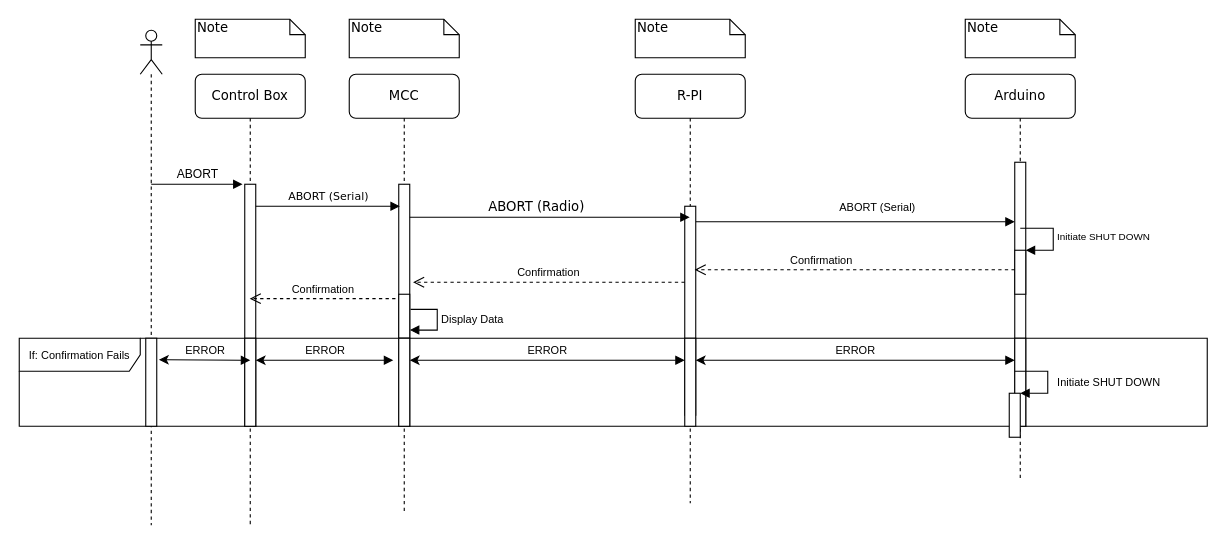
UVicRocketry/Hybrid-Controls-System keeps this draw.io diagram as source/images/ABORT_sequence.drawio. Above is the earlier version. Source tidied: cells renumbered, new cells numbered last; positions are measured from the earlier drawing's top-left corner, leaving out a move shared by most shapes. Both pictures are drawn from the tidied source at 110%, with x=0, y=0 at pixel (19, 19).
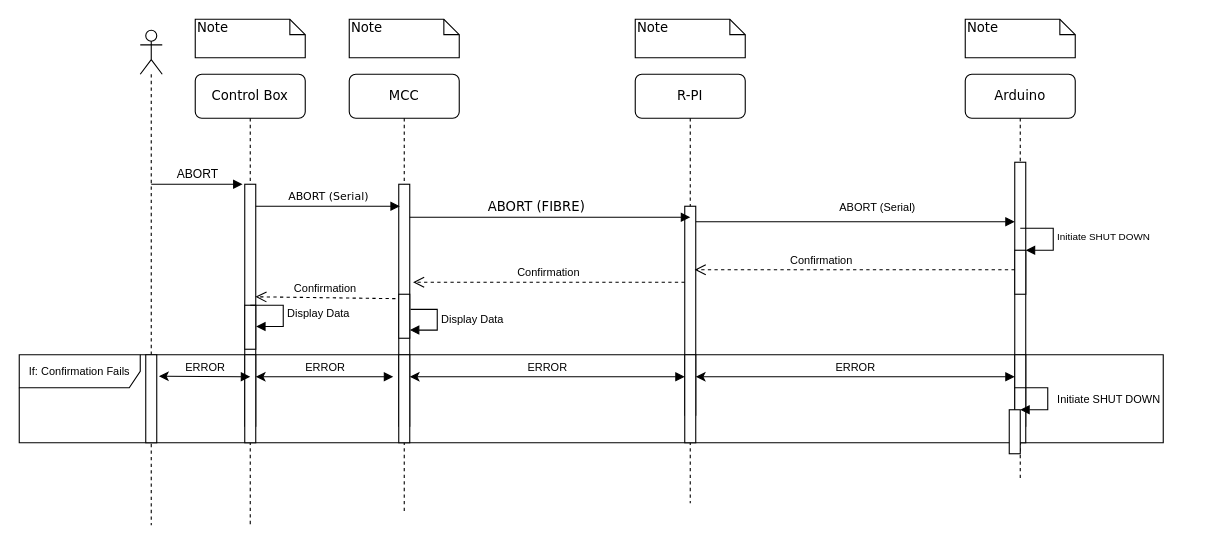
The same diagram, later.

Unchanged cells that the change refers to:
```xml
<mxCell id="3" style="html=1;points=[];perimeter=orthogonalPerimeter;rounded=0;shadow=0;comic=0;labelBackgroundColor=none;strokeWidth=1;fontFamily=Verdana;fontSize=12;align=center;" parent="2" vertex="1">
  <mxGeometry x="45" y="100" width="10" height="220" as="geometry" />
</mxCell>
<mxCell id="4" style="html=1;points=[];perimeter=orthogonalPerimeter;fontSize=10;" parent="2" vertex="1">
  <mxGeometry x="45" y="200" width="10" height="40" as="geometry" />
</mxCell>
<mxCell id="6" value="R-PI" style="shape=umlLifeline;perimeter=lifelinePerimeter;whiteSpace=wrap;html=1;outlineConnect=0;rounded=1;shadow=0;comic=0;labelBackgroundColor=none;strokeWidth=1;fontFamily=Verdana;fontSize=12;align=center;" parent="1" vertex="1">
  <mxGeometry x="560" y="50" width="100" height="390" as="geometry" />
</mxCell>
<mxCell id="12" value="Control Box" style="shape=umlLifeline;perimeter=lifelinePerimeter;whiteSpace=wrap;html=1;outlineConnect=0;rounded=1;shadow=0;comic=0;labelBackgroundColor=none;strokeWidth=1;fontFamily=Verdana;fontSize=12;align=center;" parent="1" vertex="1">
  <mxGeometry x="160" y="50" width="100" height="410" as="geometry" />
</mxCell>
<mxCell id="13" style="html=1;points=[];perimeter=orthogonalPerimeter;rounded=0;shadow=0;comic=0;labelBackgroundColor=none;strokeWidth=1;fontFamily=Verdana;fontSize=12;align=center;" parent="12" vertex="1">
  <mxGeometry x="45" y="100" width="10" height="220" as="geometry" />
</mxCell>
```

What changed in the source:
```diff
@@
+    <mxCell id="38" style="html=1;points=[];perimeter=orthogonalPerimeter;" parent="12" vertex="1">
+      <mxGeometry x="45" y="210" width="10" height="40" as="geometry" />
+    </mxCell>
+    <mxCell id="39" value="&lt;span style=&quot;font-size: 10px;&quot;&gt;Display Data&lt;/span&gt;" style="edgeStyle=orthogonalEdgeStyle;html=1;align=left;spacingLeft=2;endArrow=block;rounded=0;entryX=1.033;entryY=0.483;entryDx=0;entryDy=0;entryPerimeter=0;" parent="12" edge="1" target="38">
+      <mxGeometry relative="1" as="geometry">
+        <mxPoint x="50" y="210" as="sourcePoint" />
+        <Array as="points">
+          <mxPoint x="80" y="210" />
+          <mxPoint x="80" y="229" />
+        </Array>
+      </mxGeometry>
+    </mxCell>
@@
-    <mxCell id="15" value="ABORT (Radio)" style="html=1;verticalAlign=bottom;endArrow=block;labelBackgroundColor=none;fontFamily=Verdana;fontSize=12;edgeStyle=elbowEdgeStyle;elbow=vertical;" parent="1" edge="1" source="3" target="6">
+    <mxCell id="15" value="ABORT (FIBRE)" style="html=1;verticalAlign=bottom;endArrow=block;labelBackgroundColor=none;fontFamily=Verdana;fontSize=12;edgeStyle=elbowEdgeStyle;elbow=vertical;" parent="1" edge="1" source="3">
       <mxGeometry x="-0.1" relative="1" as="geometry">
+        <mxPoint x="610" y="180" as="targetPoint" />
         <Array as="points">
           <mxPoint x="380" y="180" />
           <mxPoint x="390" y="240" />
           <mxPoint x="550" y="330" />
           <mxPoint x="570" y="300" />
           <mxPoint x="610" y="310" />
           <mxPoint x="460" y="210" />
           <mxPoint x="370" y="250" />
         </Array>
       </mxGeometry>
     </mxCell>
@@
-    <mxCell id="23" value="Confirmation" style="html=1;verticalAlign=bottom;endArrow=open;dashed=1;endSize=8;rounded=0;fontSize=10;exitX=-0.3;exitY=0.1;exitDx=0;exitDy=0;exitPerimeter=0;" parent="1" edge="1" source="4" target="12">
+    <mxCell id="23" value="Confirmation" style="html=1;verticalAlign=bottom;endArrow=open;dashed=1;endSize=8;rounded=0;fontSize=10;exitX=-0.3;exitY=0.1;exitDx=0;exitDy=0;exitPerimeter=0;entryX=0.967;entryY=0.465;entryDx=0;entryDy=0;entryPerimeter=0;" parent="1" edge="1" source="4" target="13">
       <mxGeometry relative="1" as="geometry" />
     </mxCell>
@@
     <mxCell id="26" value="If: Confirmation Fails" style="shape=umlFrame;whiteSpace=wrap;html=1;fontSize=10;width=110;height=30;" parent="1" vertex="1">
-      <mxGeometry y="290" width="1080" height="80" as="geometry" />
+      <mxGeometry y="305" width="1040" height="80" as="geometry" />
     </mxCell>
     <mxCell id="27" style="html=1;points=[];perimeter=orthogonalPerimeter;fontSize=10;" parent="1" vertex="1">
-      <mxGeometry x="115" y="290" width="10" height="80" as="geometry" />
+      <mxGeometry x="115" y="305" width="10" height="80" as="geometry" />
     </mxCell>
     <mxCell id="28" style="html=1;perimeter=orthogonalPerimeter;fontSize=10;" parent="1" vertex="1">
-      <mxGeometry x="205" y="290" width="10" height="80" as="geometry" />
+      <mxGeometry x="205" y="305" width="10" height="80" as="geometry" />
     </mxCell>
     <mxCell id="29" style="html=1;perimeter=orthogonalPerimeter;fontSize=10;" parent="1" vertex="1">
-      <mxGeometry x="345" y="290" width="10" height="80" as="geometry" />
+      <mxGeometry x="345" y="305" width="10" height="80" as="geometry" />
     </mxCell>
     <mxCell id="30" style="html=1;points=[];perimeter=orthogonalPerimeter;fontSize=10;" parent="1" vertex="1">
-      <mxGeometry x="605" y="290" width="10" height="80" as="geometry" />
+      <mxGeometry x="605" y="305" width="10" height="80" as="geometry" />
     </mxCell>
     <mxCell id="31" style="html=1;points=[];perimeter=orthogonalPerimeter;fontSize=10;" parent="1" vertex="1">
-      <mxGeometry x="905" y="290" width="10" height="80" as="geometry" />
+      <mxGeometry x="905" y="305" width="10" height="80" as="geometry" />
     </mxCell>
     <mxCell id="32" value="ERROR" style="html=1;verticalAlign=bottom;endArrow=block;rounded=0;fontSize=10;exitX=1.197;exitY=0.244;exitDx=0;exitDy=0;exitPerimeter=0;startArrow=classic;startFill=1;" parent="1" edge="1" source="27">
       <mxGeometry relative="1" as="geometry">
-        <mxPoint x="210" y="310" as="targetPoint" />
+        <mxPoint x="210" y="325" as="targetPoint" />
       </mxGeometry>
     </mxCell>
     <mxCell id="33" value="ERROR" style="html=1;verticalAlign=bottom;endArrow=block;rounded=0;fontSize=10;exitX=1.197;exitY=0.244;exitDx=0;exitDy=0;exitPerimeter=0;startArrow=classic;startFill=1;" parent="1" edge="1">
       <mxGeometry relative="1" as="geometry">
-        <mxPoint x="215" y="310" as="sourcePoint" />
-        <mxPoint x="340" y="310" as="targetPoint" />
+        <mxPoint x="215" y="325" as="sourcePoint" />
+        <mxPoint x="340" y="325" as="targetPoint" />
       </mxGeometry>
     </mxCell>
     <mxCell id="34" value="ERROR" style="html=1;verticalAlign=bottom;endArrow=block;rounded=0;fontSize=10;exitX=1.197;exitY=0.244;exitDx=0;exitDy=0;exitPerimeter=0;startArrow=classic;startFill=1;" parent="1" edge="1" target="30">
       <mxGeometry relative="1" as="geometry">
-        <mxPoint x="355" y="310" as="sourcePoint" />
+        <mxPoint x="355" y="325" as="sourcePoint" />
       </mxGeometry>
     </mxCell>
     <mxCell id="35" value="ERROR" style="html=1;verticalAlign=bottom;endArrow=block;rounded=0;fontSize=10;exitX=1.197;exitY=0.244;exitDx=0;exitDy=0;exitPerimeter=0;startArrow=classic;startFill=1;" parent="1" edge="1" target="31">
       <mxGeometry relative="1" as="geometry">
-        <mxPoint x="615" y="310" as="sourcePoint" />
+        <mxPoint x="615" y="325" as="sourcePoint" />
       </mxGeometry>
     </mxCell>
     <mxCell id="36" style="html=1;points=[];perimeter=orthogonalPerimeter;fontSize=10;" parent="1" vertex="1">
-      <mxGeometry x="900" y="340" width="10" height="40" as="geometry" />
+      <mxGeometry x="900" y="355" width="10" height="40" as="geometry" />
     </mxCell>
     <mxCell id="37" value="Initiate SHUT DOWN" style="edgeStyle=orthogonalEdgeStyle;html=1;align=left;spacingLeft=2;endArrow=block;rounded=0;entryX=1;entryY=0;fontSize=10;" parent="1" edge="1" target="36">
       <mxGeometry x="0.07" y="5" relative="1" as="geometry">
-        <mxPoint x="905" y="320" as="sourcePoint" />
+        <mxPoint x="905" y="335" as="sourcePoint" />
         <Array as="points">
-          <mxPoint x="935" y="320" />
+          <mxPoint x="935" y="335" />
         </Array>
       </mxGeometry>
     </mxCell>
```
